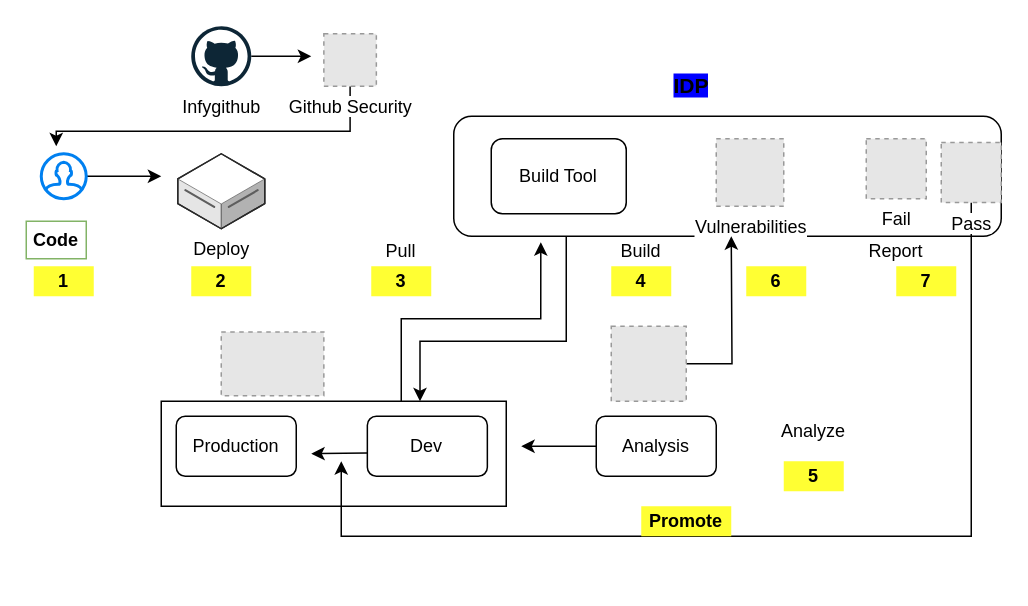
This is page "Page-3" (3 of 5) of DevSecOps.drawio from gonchigars/CKAD-exercises, a draw.io file, before an edit. Source tidied: cells renumbered, new cells numbered last; positions are measured from the earlier drawing's top-left corner, leaving out a move shared by most shapes. Both pictures are drawn from the tidied source at 150%, with x=0, y=0 at pixel (26, 26). Pictures stored in the file or linked from it are replaced by grey dashed boxes.
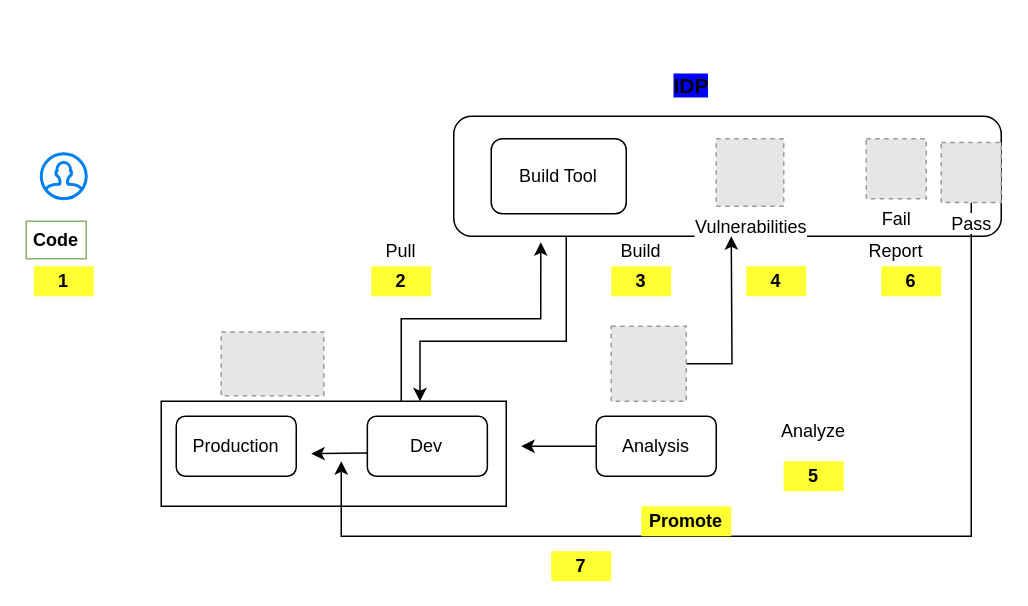
The same diagram, later.

The change refers to these unchanged cells:
```xml
<mxCell id="6" style="html=1;verticalLabelPosition=bottom;align=center;labelBackgroundColor=#ffffff;verticalAlign=top;strokeWidth=2;strokeColor=#0080F0;shadow=0;dashed=0;shape=mxgraph.ios7.icons.user;" parent="1" vertex="1">
  <mxGeometry x="10" y="85" width="30" height="30" as="geometry" />
</mxCell>
```

Diff of the diagram source:
```diff
@@
-    <mxCell id="5" style="edgeStyle=orthogonalEdgeStyle;rounded=0;jettySize=auto;html=1;" parent="1" edge="1" source="6">
-      <mxGeometry relative="1" as="geometry">
-        <mxPoint x="90" y="100" as="targetPoint" />
-      </mxGeometry>
-    </mxCell>
@@
-    <mxCell id="7" style="edgeStyle=orthogonalEdgeStyle;rounded=0;jettySize=auto;html=1;" parent="1" edge="1" source="8">
-      <mxGeometry relative="1" as="geometry">
-        <mxPoint x="190" y="20" as="targetPoint" />
-      </mxGeometry>
-    </mxCell>
-    <mxCell id="8" value="Infygithub" style="dashed=0;outlineConnect=0;html=1;align=center;labelPosition=center;verticalLabelPosition=bottom;verticalAlign=top;shape=mxgraph.weblogos.github;strokeWidth=1;" parent="1" vertex="1">
-      <mxGeometry x="110" width="40" height="40" as="geometry" />
-    </mxCell>
-    <mxCell id="9" value="Deploy" style="verticalLabelPosition=bottom;html=1;verticalAlign=top;strokeWidth=1;align=center;dashed=0;shape=mxgraph.aws3d.dataServer;strokeColor=#5E5E5E;" parent="1" vertex="1">
-      <mxGeometry x="101" y="85" width="58" height="50" as="geometry" />
-    </mxCell>
@@
     <mxCell id="29" value="&lt;b&gt;7&lt;/b&gt;" style="text;html=1;strokeColor=none;align=center;verticalAlign=middle;whiteSpace=wrap;rounded=0;fillColor=#FFFF33;" parent="1" vertex="1">
-      <mxGeometry x="580" y="160" width="40" height="20" as="geometry" />
+      <mxGeometry x="350" y="350" width="40" height="20" as="geometry" />
     </mxCell>
@@
     <mxCell id="31" value="&lt;b&gt;2&lt;/b&gt;" style="text;html=1;strokeColor=none;align=center;verticalAlign=middle;whiteSpace=wrap;rounded=0;fillColor=#FFFF33;" parent="1" vertex="1">
-      <mxGeometry x="110" y="160" width="40" height="20" as="geometry" />
+      <mxGeometry x="230" y="160" width="40" height="20" as="geometry" />
     </mxCell>
     <mxCell id="32" value="&lt;b&gt;3&lt;/b&gt;" style="text;html=1;strokeColor=none;align=center;verticalAlign=middle;whiteSpace=wrap;rounded=0;fillColor=#FFFF33;" parent="1" vertex="1">
-      <mxGeometry x="230" y="160" width="40" height="20" as="geometry" />
+      <mxGeometry x="390" y="160" width="40" height="20" as="geometry" />
     </mxCell>
     <mxCell id="33" value="&lt;b&gt;4&lt;/b&gt;" style="text;html=1;strokeColor=none;align=center;verticalAlign=middle;whiteSpace=wrap;rounded=0;fillColor=#FFFF33;" parent="1" vertex="1">
-      <mxGeometry x="390" y="160" width="40" height="20" as="geometry" />
+      <mxGeometry x="480" y="160" width="40" height="20" as="geometry" />
     </mxCell>
@@
     <mxCell id="35" value="&lt;b&gt;6&lt;/b&gt;" style="text;html=1;strokeColor=none;align=center;verticalAlign=middle;whiteSpace=wrap;rounded=0;fillColor=#FFFF33;" parent="1" vertex="1">
-      <mxGeometry x="480" y="160" width="40" height="20" as="geometry" />
+      <mxGeometry x="570" y="160" width="40" height="20" as="geometry" />
     </mxCell>
@@
-    <mxCell id="37" style="edgeStyle=orthogonalEdgeStyle;rounded=0;jettySize=auto;html=1;" parent="1" edge="1" source="38">
-      <mxGeometry relative="1" as="geometry">
-        <mxPoint x="20" y="80" as="targetPoint" />
-        <Array as="points">
-          <mxPoint x="216" y="70" />
-          <mxPoint x="20" y="70" />
-        </Array>
-      </mxGeometry>
-    </mxCell>
-    <mxCell id="38" value="Github Security" style="fillColor=#E6E6E6;strokeColor=#999999;dashed=1;html=1;verticalAlign=top;verticalLabelPosition=bottom;labelBackgroundColor=#ffffff;" parent="1" vertex="1">
-      <mxGeometry x="198.4" y="5" width="35" height="35" as="geometry" />
-    </mxCell>
```
